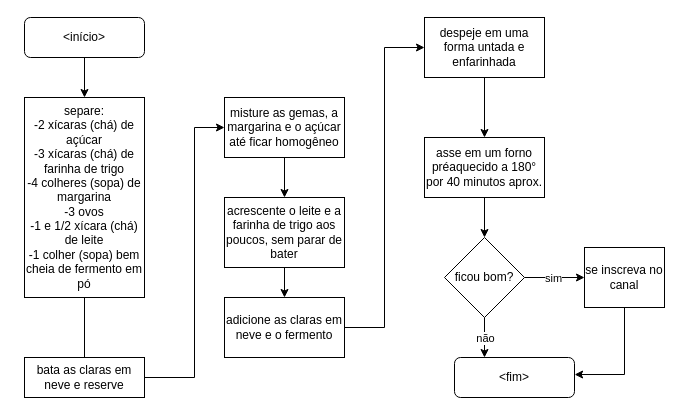
Before: fluxograma-bolo.drawio in henrique-esilva/fluxogramas, a draw.io diagram. Source tidied: cells renumbered, new cells numbered last; positions are measured from the earlier drawing's top-left corner, leaving out a move shared by most shapes. Both pictures are drawn from the tidied source at 100%, with x=0, y=0 at pixel (24, 17).
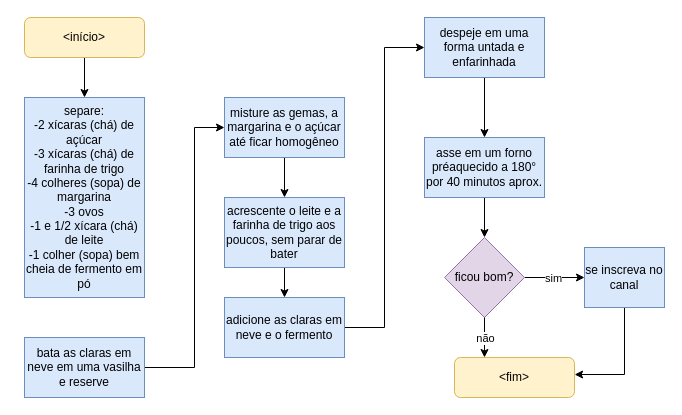
After the change.

Diff of the diagram source:
```diff
@@
-    <mxCell id="3" value="&amp;lt;início&amp;gt;" style="rounded=1;whiteSpace=wrap;html=1;" parent="1" vertex="1">
+    <mxCell id="3" value="&amp;lt;início&amp;gt;" style="rounded=1;whiteSpace=wrap;html=1;fillColor=#fff2cc;strokeColor=#d6b656;" parent="1" vertex="1">
       <mxGeometry width="120" height="40" as="geometry" />
     </mxCell>
-    <mxCell id="4" value="&amp;lt;fim&amp;gt;" style="rounded=1;whiteSpace=wrap;html=1;" parent="1" vertex="1">
+    <mxCell id="4" value="&amp;lt;fim&amp;gt;" style="rounded=1;whiteSpace=wrap;html=1;fillColor=#fff2cc;strokeColor=#d6b656;" parent="1" vertex="1">
       <mxGeometry x="430" y="340" width="120" height="40" as="geometry" />
     </mxCell>
-    <mxCell id="5" style="edgeStyle=orthogonalEdgeStyle;rounded=0;jettySize=auto;html=1;entryX=0;entryY=0.5;entryDx=0;entryDy=0;" parent="1" edge="1" source="6" target="8">
-      <mxGeometry relative="1" as="geometry">
-        <Array as="points">
-          <mxPoint x="60" y="360" />
-        </Array>
-      </mxGeometry>
-    </mxCell>
-    <mxCell id="6" value="separe:&lt;br&gt;-2 xícaras (chá) de açúcar&lt;br&gt;-3 xícaras (chá) de farinha de trigo&lt;br&gt;-4 colheres (sopa) de margarina&lt;br&gt;-3 ovos&lt;br&gt;-1 e 1/2 xícara (chá) de leite&lt;br&gt;-1 colher (sopa) bem cheia de fermento em pó" style="rounded=0;whiteSpace=wrap;html=1;" parent="1" vertex="1">
+    <mxCell id="6" value="separe:&lt;br&gt;-2 xícaras (chá) de açúcar&lt;br&gt;-3 xícaras (chá) de farinha de trigo&lt;br&gt;-4 colheres (sopa) de margarina&lt;br&gt;-3 ovos&lt;br&gt;-1 e 1/2 xícara (chá) de leite&lt;br&gt;-1 colher (sopa) bem cheia de fermento em pó" style="rounded=0;whiteSpace=wrap;html=1;fillColor=#dae8fc;strokeColor=#6c8ebf;" parent="1" vertex="1">
       <mxGeometry y="80" width="120" height="200" as="geometry" />
     </mxCell>
-    <mxCell id="7" style="edgeStyle=orthogonalEdgeStyle;rounded=0;jettySize=auto;html=1;entryX=0;entryY=0.5;entryDx=0;entryDy=0;exitX=1;exitY=0.5;exitDx=0;exitDy=0;" parent="1" edge="1" source="8" target="10">
+    <mxCell id="7" style="edgeStyle=orthogonalEdgeStyle;rounded=0;jettySize=auto;html=1;entryX=0;entryY=0.5;entryDx=0;entryDy=0;exitX=1;exitY=0.5;exitDx=0;exitDy=0;" parent="1" edge="1" source="26" target="10">
       <mxGeometry relative="1" as="geometry">
         <Array as="points">
-          <mxPoint x="170" y="360" />
+          <mxPoint x="170" y="350" />
           <mxPoint x="170" y="110" />
         </Array>
       </mxGeometry>
     </mxCell>
-    <mxCell id="8" value="bata as claras em neve e reserve" style="rounded=0;whiteSpace=wrap;html=1;" parent="1" vertex="1">
-      <mxGeometry y="340" width="120" height="40" as="geometry" />
-    </mxCell>
@@
-    <mxCell id="10" value="misture as gemas, a margarina e o açúcar até ficar homogêneo" style="rounded=0;whiteSpace=wrap;html=1;" parent="1" vertex="1">
+    <mxCell id="10" value="misture as gemas, a margarina e o açúcar até ficar homogêneo" style="rounded=0;whiteSpace=wrap;html=1;fillColor=#dae8fc;strokeColor=#6c8ebf;" parent="1" vertex="1">
       <mxGeometry x="200" y="80" width="120" height="60" as="geometry" />
     </mxCell>
@@
-    <mxCell id="12" value="acrescente o leite e a farinha de trigo aos poucos, sem parar de bater" style="rounded=0;whiteSpace=wrap;html=1;" parent="1" vertex="1">
+    <mxCell id="12" value="acrescente o leite e a farinha de trigo aos poucos, sem parar de bater" style="rounded=0;whiteSpace=wrap;html=1;fillColor=#dae8fc;strokeColor=#6c8ebf;" parent="1" vertex="1">
       <mxGeometry x="200" y="180" width="120" height="70" as="geometry" />
     </mxCell>
@@
-    <mxCell id="14" value="adicione as claras em neve e o fermento" style="rounded=0;whiteSpace=wrap;html=1;" parent="1" vertex="1">
+    <mxCell id="14" value="adicione as claras em neve e o fermento" style="rounded=0;whiteSpace=wrap;html=1;fillColor=#dae8fc;strokeColor=#6c8ebf;" parent="1" vertex="1">
       <mxGeometry x="200" y="280" width="120" height="60" as="geometry" />
     </mxCell>
@@
-    <mxCell id="16" value="despeje em uma forma untada e enfarinhada" style="rounded=0;whiteSpace=wrap;html=1;" parent="1" vertex="1">
+    <mxCell id="16" value="despeje em uma forma untada e enfarinhada" style="rounded=0;whiteSpace=wrap;html=1;fillColor=#dae8fc;strokeColor=#6c8ebf;" parent="1" vertex="1">
       <mxGeometry x="400" width="120" height="60" as="geometry" />
     </mxCell>
@@
-    <mxCell id="18" value="asse em um forno préaquecido a 180° por 40 minutos aprox." style="rounded=0;whiteSpace=wrap;html=1;" parent="1" vertex="1">
+    <mxCell id="18" value="asse em um forno préaquecido a 180° por 40 minutos aprox." style="rounded=0;whiteSpace=wrap;html=1;fillColor=#dae8fc;strokeColor=#6c8ebf;" parent="1" vertex="1">
       <mxGeometry x="400" y="120" width="120" height="60" as="geometry" />
     </mxCell>
@@
-    <mxCell id="21" value="ficou bom?" style="rhombus;whiteSpace=wrap;html=1;" parent="1" vertex="1">
+    <mxCell id="21" value="ficou bom?" style="rhombus;whiteSpace=wrap;html=1;fillColor=#e1d5e7;strokeColor=#9673a6;" parent="1" vertex="1">
       <mxGeometry x="420" y="220" width="80" height="80" as="geometry" />
     </mxCell>
@@
-    <mxCell id="25" value="se inscreva no canal" style="rounded=0;whiteSpace=wrap;html=1;" parent="1" vertex="1">
+    <mxCell id="25" value="se inscreva no canal" style="rounded=0;whiteSpace=wrap;html=1;fillColor=#dae8fc;strokeColor=#6c8ebf;" parent="1" vertex="1">
       <mxGeometry x="560" y="230" width="80" height="60" as="geometry" />
     </mxCell>
+    <mxCell id="26" value="bata as claras em neve em uma vasilha e reserve" style="rounded=0;whiteSpace=wrap;html=1;fillColor=#dae8fc;strokeColor=#6c8ebf;" parent="1" vertex="1">
+      <mxGeometry y="320" width="120" height="60" as="geometry" />
+    </mxCell>
```
